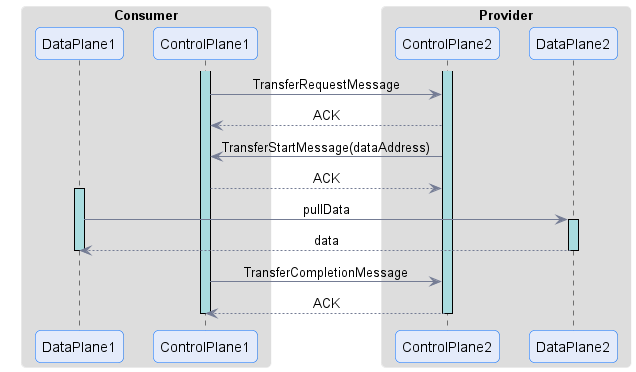
International-Data-Spaces-Association/ids-specification keeps this PlantUML diagram as transfer/figures/pull-transfer-process.png. Above is the earlier version. The source it was exported from:
```plantuml
@startuml "pull-transfer-process"
!pragma layout smetana

!include ../common/style/diagram.styles.puml

hide empty description

skinparam defaultTextAlignment center

box Consumer
participant DataPlane1
participant ControlPlane1
end box

box Provider
participant ControlPlane2
participant DataPlane2
end box

activate ControlPlane1
activate ControlPlane2

ControlPlane1 -> ControlPlane2 : TransferRequestMessage
ControlPlane2 --> ControlPlane1 : ACK

ControlPlane2 -> ControlPlane1 : TransferStartMessage(dataAddress)
ControlPlane1 --> ControlPlane2 : ACK

activate DataPlane1
DataPlane1 -> DataPlane2 : pullData
activate DataPlane2
DataPlane2 --> DataPlane1 : data
deactivate DataPlane2
deactivate DataPlane1

ControlPlane1 -> ControlPlane2 : TransferCompletionMessage
ControlPlane2 --> ControlPlane1 : ACK

deactivate ControlPlane1
deactivate ControlPlane2

@enduml
```
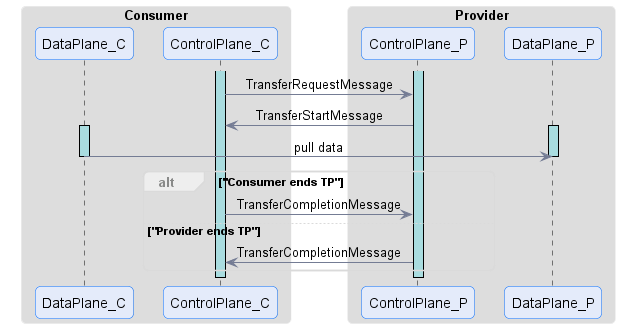
The same diagram one commit later.

Commit message:
chore: update TP process description and diagrams

What changed in the source:
```diff
@@ -1,42 +1,42 @@
 @startuml "pull-transfer-process"
 !pragma layout smetana
 
-!include ../common/style/diagram.styles.puml
+!include ../../common/style/diagram.styles.puml
 
 hide empty description
 
 skinparam defaultTextAlignment center
 
 box Consumer
-participant DataPlane1
-participant ControlPlane1
+participant DataPlane_C
+participant ControlPlane_C
 end box
 
 box Provider
-participant ControlPlane2
-participant DataPlane2
+participant ControlPlane_P
+participant DataPlane_P
 end box
 
-activate ControlPlane1
-activate ControlPlane2
+activate ControlPlane_C
+activate ControlPlane_P
 
-ControlPlane1 -> ControlPlane2 : TransferRequestMessage
-ControlPlane2 --> ControlPlane1 : ACK
+ControlPlane_C -> ControlPlane_P : TransferRequestMessage
 
-ControlPlane2 -> ControlPlane1 : TransferStartMessage(dataAddress)
-ControlPlane1 --> ControlPlane2 : ACK
+ControlPlane_P -> ControlPlane_C : TransferStartMessage
 
-activate DataPlane1
-DataPlane1 -> DataPlane2 : pullData
-activate DataPlane2
-DataPlane2 --> DataPlane1 : data
-deactivate DataPlane2
-deactivate DataPlane1
+activate DataPlane_C
+activate DataPlane_P
+DataPlane_C -> DataPlane_P : pull data
+deactivate DataPlane_P
+deactivate DataPlane_C
 
-ControlPlane1 -> ControlPlane2 : TransferCompletionMessage
-ControlPlane2 --> ControlPlane1 : ACK
+alt "Consumer ends TP"
+    ControlPlane_C -> ControlPlane_P : TransferCompletionMessage
+else "Provider ends TP"
+    ControlPlane_P -> ControlPlane_C : TransferCompletionMessage
+end
 
-deactivate ControlPlane1
-deactivate ControlPlane2
+deactivate ControlPlane_C
+deactivate ControlPlane_P
 
 @enduml
```
